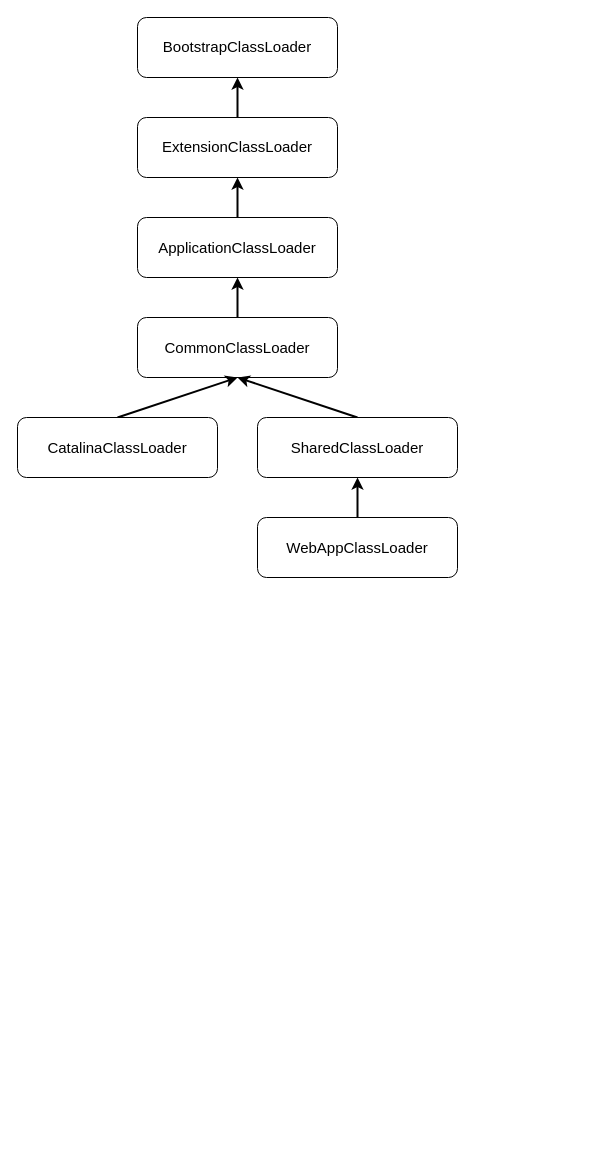
Above: Tomcat 类加载机制/Tomcat 类加载机制.drawio in zero-97/picture-of-the-article (draw.io), before the change. Source tidied: cells renumbered, new cells numbered last; positions are measured from the earlier drawing's top-left corner, leaving out a move shared by most shapes. Both pictures are drawn from the tidied source at 100%, with x=0, y=0 at pixel (17, 17).
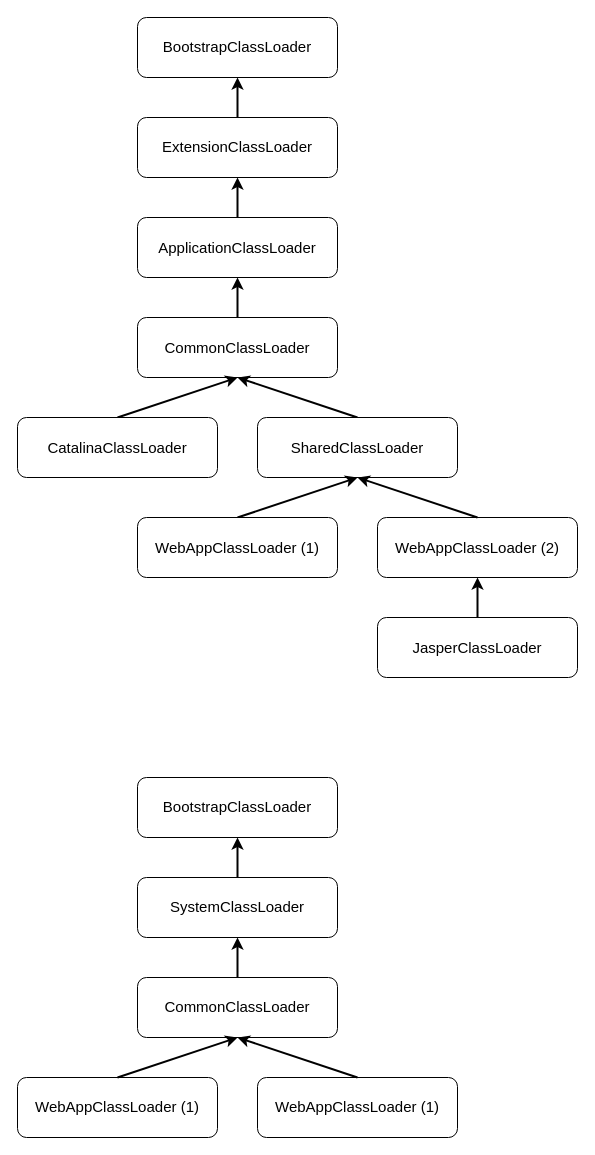
The same diagram, later.

Commit message:
Update Tomcat 类加载机制.drawio

The change refers to these unchanged cells:
```xml
<mxCell id="12" value="SharedClassLoader" style="rounded=1;whiteSpace=wrap;html=1;fontSize=15;" parent="1" vertex="1">
  <mxGeometry x="240" y="400" width="200" height="60" as="geometry" />
</mxCell>
```

What changed in the source:
```diff
@@
-    <mxCell id="13" style="edgeStyle=none;rounded=0;jettySize=auto;html=1;entryX=0.5;entryY=1;entryDx=0;entryDy=0;strokeWidth=2;" parent="1" edge="1" source="14" target="12">
+    <mxCell id="13" style="edgeStyle=none;rounded=0;jettySize=auto;html=1;entryX=0.5;entryY=1;entryDx=0;entryDy=0;strokeWidth=2;exitX=0.5;exitY=0;exitDx=0;exitDy=0;" parent="1" edge="1" source="14" target="12">
       <mxGeometry relative="1" as="geometry" />
     </mxCell>
-    <mxCell id="14" value="WebAppClassLoader" style="rounded=1;whiteSpace=wrap;html=1;fontSize=15;" parent="1" vertex="1">
-      <mxGeometry x="240" y="500" width="200" height="60" as="geometry" />
+    <mxCell id="14" value="WebAppClassLoader (1)" style="rounded=1;whiteSpace=wrap;html=1;fontSize=15;" parent="1" vertex="1">
+      <mxGeometry x="120" y="500" width="200" height="60" as="geometry" />
     </mxCell>
+    <mxCell id="15" value="&lt;p style=&quot;line-height: 1.5&quot;&gt;BootstrapClassLoader&lt;/p&gt;" style="rounded=1;whiteSpace=wrap;html=1;fontSize=15;" parent="1" vertex="1">
+      <mxGeometry x="120" y="760" width="200" height="60" as="geometry" />
+    </mxCell>
+    <mxCell id="16" value="&lt;p style=&quot;line-height: 1.5&quot;&gt;SystemClassLoader&lt;/p&gt;" style="rounded=1;whiteSpace=wrap;html=1;fontSize=15;" parent="1" vertex="1">
+      <mxGeometry x="120" y="860" width="200" height="60" as="geometry" />
+    </mxCell>
+    <mxCell id="17" value="&lt;p style=&quot;line-height: 1.5&quot;&gt;CommonClassLoader&lt;/p&gt;" style="rounded=1;whiteSpace=wrap;html=1;fontSize=15;" parent="1" vertex="1">
+      <mxGeometry x="120" y="960" width="200" height="60" as="geometry" />
+    </mxCell>
+    <mxCell id="18" value="&lt;p style=&quot;line-height: 1.5&quot;&gt;WebAppClassLoader (1)&lt;br&gt;&lt;/p&gt;" style="rounded=1;whiteSpace=wrap;html=1;fontSize=15;" parent="1" vertex="1">
+      <mxGeometry y="1060" width="200" height="60" as="geometry" />
+    </mxCell>
+    <mxCell id="19" style="edgeStyle=none;rounded=0;jettySize=auto;html=1;entryX=0.5;entryY=1;entryDx=0;entryDy=0;strokeWidth=2;" parent="1" edge="1" source="16" target="15">
+      <mxGeometry relative="1" as="geometry" />
+    </mxCell>
+    <mxCell id="20" style="edgeStyle=none;rounded=0;jettySize=auto;html=1;entryX=0.5;entryY=1;entryDx=0;entryDy=0;strokeWidth=2;" parent="1" edge="1" source="17" target="16">
+      <mxGeometry relative="1" as="geometry" />
+    </mxCell>
+    <mxCell id="21" style="edgeStyle=none;rounded=0;jettySize=auto;html=1;entryX=0.5;entryY=1;entryDx=0;entryDy=0;strokeWidth=2;exitX=0.5;exitY=0;exitDx=0;exitDy=0;" parent="1" edge="1" source="18" target="17">
+      <mxGeometry relative="1" as="geometry" />
+    </mxCell>
+    <mxCell id="22" value="&lt;p style=&quot;line-height: 1.5&quot;&gt;WebAppClassLoader (1)&lt;br&gt;&lt;/p&gt;" style="rounded=1;whiteSpace=wrap;html=1;fontSize=15;" parent="1" vertex="1">
+      <mxGeometry x="240" y="1060" width="200" height="60" as="geometry" />
+    </mxCell>
+    <mxCell id="23" style="edgeStyle=none;rounded=0;jettySize=auto;html=1;entryX=0.5;entryY=1;entryDx=0;entryDy=0;strokeWidth=2;exitX=0.5;exitY=0;exitDx=0;exitDy=0;" parent="1" edge="1" source="22" target="17">
+      <mxGeometry relative="1" as="geometry" />
+    </mxCell>
+    <mxCell id="24" value="JasperClassLoader" style="rounded=1;whiteSpace=wrap;html=1;fontSize=15;" parent="1" vertex="1">
+      <mxGeometry x="360" y="600" width="200" height="60" as="geometry" />
+    </mxCell>
+    <mxCell id="25" style="edgeStyle=none;rounded=0;jettySize=auto;html=1;strokeWidth=2;" parent="1" edge="1" source="24" target="26">
+      <mxGeometry relative="1" as="geometry" />
+    </mxCell>
+    <mxCell id="26" value="WebAppClassLoader (2)" style="rounded=1;whiteSpace=wrap;html=1;fontSize=15;" parent="1" vertex="1">
+      <mxGeometry x="360" y="500" width="200" height="60" as="geometry" />
+    </mxCell>
+    <mxCell id="27" style="edgeStyle=none;rounded=0;jettySize=auto;html=1;entryX=0.5;entryY=1;entryDx=0;entryDy=0;strokeWidth=2;exitX=0.5;exitY=0;exitDx=0;exitDy=0;" parent="1" edge="1" source="26" target="12">
+      <mxGeometry relative="1" as="geometry" />
+    </mxCell>
```
